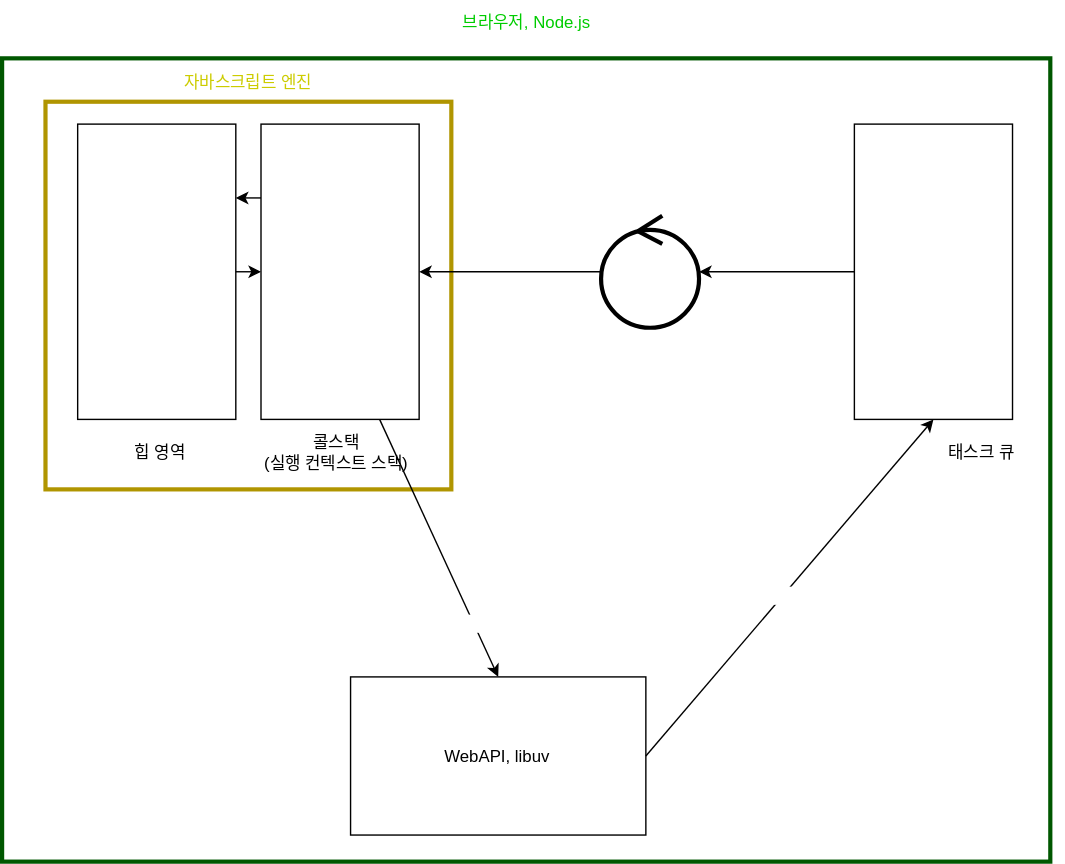
The draw.io diagram JavaScript/브라우저, nodejs 환경/index.drawio.svg in daniel-juyeon-kim/archive, before a commit. Source tidied: cells renumbered, new cells last; positions are measured from the earlier drawing's top-left corner, leaving out a move shared by most shapes. Source of this version:
```xml
<mxGraphModel>
  <root>
    <mxCell id="0" />
    <mxCell id="1" parent="0" />
    <mxCell id="2" style="rounded=0;whiteSpace=wrap;html=1;fillColor=none;fontColor=#ffffff;strokeColor=#005700;strokeWidth=3;" parent="1" vertex="1">
      <mxGeometry y="40" width="749" height="574" as="geometry" />
    </mxCell>
    <mxCell id="3" style="rounded=0;whiteSpace=wrap;html=1;fillColor=none;fontColor=#000000;strokeColor=#B09500;strokeWidth=3;" parent="1" vertex="1">
      <mxGeometry x="31" y="71" width="290" height="277" as="geometry" />
    </mxCell>
    <mxCell id="4" style="edgeStyle=none;html=1;exitX=1;exitY=0.5;exitDx=0;exitDy=0;entryX=0;entryY=0.5;entryDx=0;entryDy=0;" parent="1" edge="1" source="5" target="9">
      <mxGeometry relative="1" as="geometry" />
    </mxCell>
    <mxCell id="5" style="rounded=0;whiteSpace=wrap;html=1;fillColor=none;" parent="1" vertex="1">
      <mxGeometry x="54" y="87" width="113" height="211" as="geometry" />
    </mxCell>
    <mxCell id="6" style="edgeStyle=none;html=1;exitX=0;exitY=0.25;exitDx=0;exitDy=0;entryX=1;entryY=0.25;entryDx=0;entryDy=0;" parent="1" edge="1" source="9" target="5">
      <mxGeometry relative="1" as="geometry" />
    </mxCell>
    <mxCell id="7" style="edgeStyle=none;html=1;exitX=0.75;exitY=1;exitDx=0;exitDy=0;entryX=0;entryY=0.5;entryDx=0;entryDy=0;fontColor=#FFFFFF;" parent="1" edge="1" source="9" target="19">
      <mxGeometry relative="1" as="geometry" />
    </mxCell>
    <mxCell id="8" value="비동기 함수 처리를 위임" style="edgeLabel;html=1;align=center;verticalAlign=middle;fontColor=#FFFFFF;" parent="7" vertex="1">
      <mxGeometry x="0.38" y="-2" relative="1" as="geometry">
        <mxPoint x="17" y="18" as="offset" />
      </mxGeometry>
    </mxCell>
    <mxCell id="9" style="rounded=0;whiteSpace=wrap;html=1;fillColor=none;" parent="1" vertex="1">
      <mxGeometry x="185" y="87" width="113" height="211" as="geometry" />
    </mxCell>
    <mxCell id="10" value="콜스택&lt;br&gt;(실행 컨텍스트 스택)" style="text;html=1;strokeColor=none;fillColor=none;align=center;verticalAlign=middle;whiteSpace=wrap;rounded=0;" parent="1" vertex="1">
      <mxGeometry x="180" y="307" width="118" height="30" as="geometry" />
    </mxCell>
    <mxCell id="11" value="힙 영역" style="text;html=1;strokeColor=none;fillColor=none;align=center;verticalAlign=middle;whiteSpace=wrap;rounded=0;" parent="1" vertex="1">
      <mxGeometry x="54" y="307" width="118" height="30" as="geometry" />
    </mxCell>
    <mxCell id="12" value="자바스크립트 엔진" style="text;html=1;strokeColor=none;fillColor=none;align=center;verticalAlign=middle;whiteSpace=wrap;rounded=0;fontColor=#CCCC00;" parent="1" vertex="1">
      <mxGeometry x="112" y="43" width="128" height="30" as="geometry" />
    </mxCell>
    <mxCell id="13" value="브라우저, Node.js" style="text;html=1;strokeColor=none;fillColor=none;align=center;verticalAlign=middle;whiteSpace=wrap;rounded=0;strokeWidth=3;fontColor=#00CC00;" parent="1" vertex="1">
      <mxGeometry x="311.5" width="126" height="30" as="geometry" />
    </mxCell>
    <mxCell id="14" style="edgeStyle=none;html=1;exitX=0;exitY=0.5;exitDx=0;exitDy=0;fontColor=#FFFFFF;" parent="1" edge="1" source="16" target="21">
      <mxGeometry relative="1" as="geometry" />
    </mxCell>
    <mxCell id="15" value="이벤트 루프는 콜스택이 비어있는지 주기적으로 확인&lt;br&gt;&amp;nbsp;비어있으면 태스크 큐의 요소를 콜스택으로 이동" style="edgeLabel;html=1;align=center;verticalAlign=middle;fontColor=#FFFFFF;" parent="14" vertex="1">
      <mxGeometry x="-0.07" y="1" relative="1" as="geometry">
        <mxPoint x="-99" y="68" as="offset" />
      </mxGeometry>
    </mxCell>
    <mxCell id="16" style="rounded=0;whiteSpace=wrap;html=1;fillColor=none;" parent="1" vertex="1">
      <mxGeometry x="609" y="87" width="113" height="211" as="geometry" />
    </mxCell>
    <mxCell id="17" value="태스크 큐" style="text;html=1;strokeColor=none;fillColor=none;align=center;verticalAlign=middle;whiteSpace=wrap;rounded=0;" parent="1" vertex="1">
      <mxGeometry x="641" y="307" width="118" height="30" as="geometry" />
    </mxCell>
    <mxCell id="18" value="비동기 함수 처리 완료, 콜백을 태스크 큐로 넘김" style="edgeStyle=none;html=1;exitX=0.5;exitY=0;exitDx=0;exitDy=0;entryX=0.5;entryY=1;entryDx=0;entryDy=0;fontColor=#FFFFFF;" parent="1" edge="1" source="19" target="16">
      <mxGeometry x="-0.03" y="-4" relative="1" as="geometry" />
    </mxCell>
    <mxCell id="19" style="rounded=0;whiteSpace=wrap;html=1;fillColor=none;direction=south;" parent="1" vertex="1">
      <mxGeometry x="249" y="482" width="211" height="113" as="geometry" />
    </mxCell>
    <mxCell id="20" value="WebAPI, libuv" style="text;html=1;strokeColor=none;fillColor=none;align=center;verticalAlign=middle;whiteSpace=wrap;rounded=0;" parent="1" vertex="1">
      <mxGeometry x="294.5" y="523.5" width="118" height="30" as="geometry" />
    </mxCell>
    <mxCell id="21" value="&lt;font color=&quot;#ffffff&quot;&gt;이벤트 루프&lt;/font&gt;" style="ellipse;shape=umlControl;whiteSpace=wrap;html=1;strokeWidth=3;fontColor=#00CC00;fillColor=none;" parent="1" vertex="1">
      <mxGeometry x="428" y="152.5" width="70" height="80" as="geometry" />
    </mxCell>
    <mxCell id="22" style="edgeStyle=none;html=1;fontColor=#FFFFFF;" parent="1" edge="1" source="21" target="9">
      <mxGeometry relative="1" as="geometry" />
    </mxCell>
  </root>
</mxGraphModel>
```
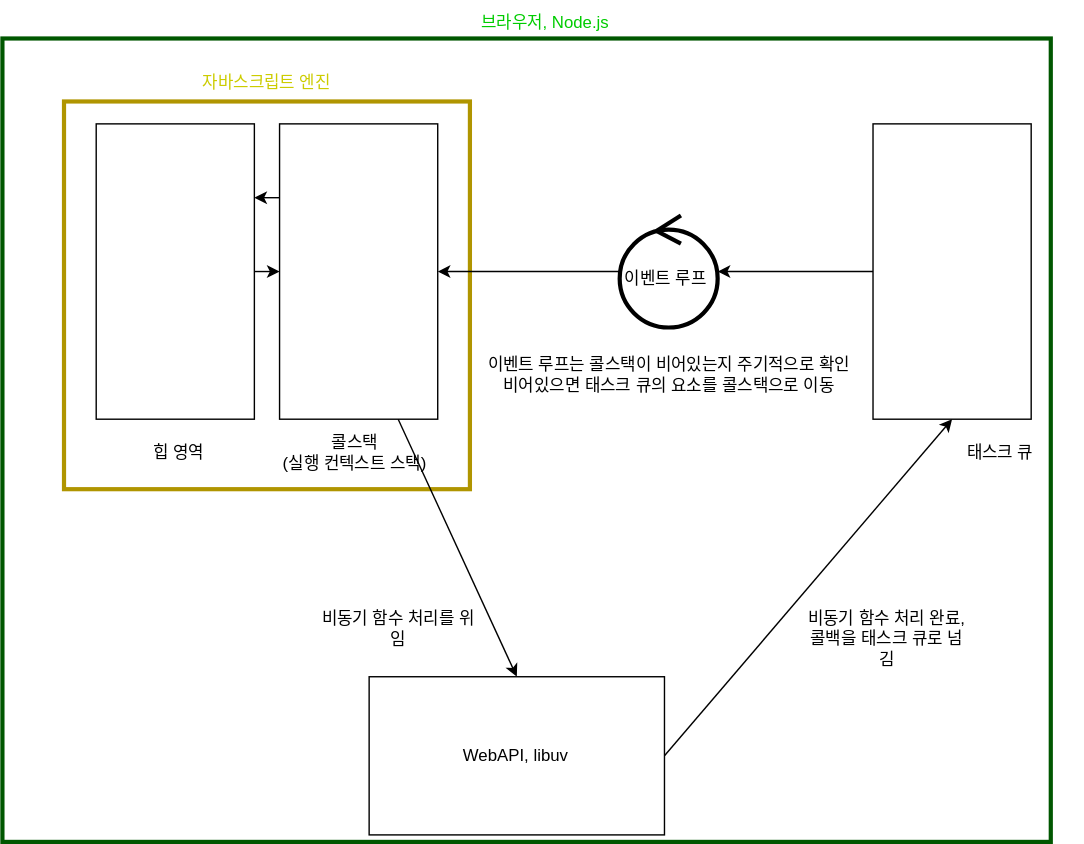
After the commit.

Commit message:
fix: 브라우저, nodejs 환경 drawio 이미지 수정 2

Diff of the diagram source:
```diff
@@ -3,7 +3,7 @@
     <mxCell id="0" />
     <mxCell id="1" parent="0" />
     <mxCell id="2" style="rounded=0;whiteSpace=wrap;html=1;fillColor=none;fontColor=#ffffff;strokeColor=#005700;strokeWidth=3;" parent="1" vertex="1">
-      <mxGeometry y="40" width="749" height="574" as="geometry" />
+      <mxGeometry x="-13" y="26" width="749" height="574" as="geometry" />
     </mxCell>
     <mxCell id="3" style="rounded=0;whiteSpace=wrap;html=1;fillColor=none;fontColor=#000000;strokeColor=#B09500;strokeWidth=3;" parent="1" vertex="1">
       <mxGeometry x="31" y="71" width="290" height="277" as="geometry" />
@@ -20,11 +20,6 @@
     <mxCell id="7" style="edgeStyle=none;html=1;exitX=0.75;exitY=1;exitDx=0;exitDy=0;entryX=0;entryY=0.5;entryDx=0;entryDy=0;fontColor=#FFFFFF;" parent="1" edge="1" source="9" target="19">
       <mxGeometry relative="1" as="geometry" />
     </mxCell>
-    <mxCell id="8" value="비동기 함수 처리를 위임" style="edgeLabel;html=1;align=center;verticalAlign=middle;fontColor=#FFFFFF;" parent="7" vertex="1">
-      <mxGeometry x="0.38" y="-2" relative="1" as="geometry">
-        <mxPoint x="17" y="18" as="offset" />
-      </mxGeometry>
-    </mxCell>
     <mxCell id="9" style="rounded=0;whiteSpace=wrap;html=1;fillColor=none;" parent="1" vertex="1">
       <mxGeometry x="185" y="87" width="113" height="211" as="geometry" />
     </mxCell>
@@ -43,19 +38,14 @@
     <mxCell id="14" style="edgeStyle=none;html=1;exitX=0;exitY=0.5;exitDx=0;exitDy=0;fontColor=#FFFFFF;" parent="1" edge="1" source="16" target="21">
       <mxGeometry relative="1" as="geometry" />
     </mxCell>
-    <mxCell id="15" value="이벤트 루프는 콜스택이 비어있는지 주기적으로 확인&lt;br&gt;&amp;nbsp;비어있으면 태스크 큐의 요소를 콜스택으로 이동" style="edgeLabel;html=1;align=center;verticalAlign=middle;fontColor=#FFFFFF;" parent="14" vertex="1">
-      <mxGeometry x="-0.07" y="1" relative="1" as="geometry">
-        <mxPoint x="-99" y="68" as="offset" />
-      </mxGeometry>
-    </mxCell>
     <mxCell id="16" style="rounded=0;whiteSpace=wrap;html=1;fillColor=none;" parent="1" vertex="1">
       <mxGeometry x="609" y="87" width="113" height="211" as="geometry" />
     </mxCell>
     <mxCell id="17" value="태스크 큐" style="text;html=1;strokeColor=none;fillColor=none;align=center;verticalAlign=middle;whiteSpace=wrap;rounded=0;" parent="1" vertex="1">
       <mxGeometry x="641" y="307" width="118" height="30" as="geometry" />
     </mxCell>
-    <mxCell id="18" value="비동기 함수 처리 완료, 콜백을 태스크 큐로 넘김" style="edgeStyle=none;html=1;exitX=0.5;exitY=0;exitDx=0;exitDy=0;entryX=0.5;entryY=1;entryDx=0;entryDy=0;fontColor=#FFFFFF;" parent="1" edge="1" source="19" target="16">
-      <mxGeometry x="-0.03" y="-4" relative="1" as="geometry" />
+    <mxCell id="18" style="edgeStyle=none;html=1;exitX=0.5;exitY=0;exitDx=0;exitDy=0;entryX=0.5;entryY=1;entryDx=0;entryDy=0;fontColor=#FFFFFF;labelBackgroundColor=none;" parent="1" edge="1" source="19" target="16">
+      <mxGeometry x="0.11" y="-23" relative="1" as="geometry" />
     </mxCell>
     <mxCell id="19" style="rounded=0;whiteSpace=wrap;html=1;fillColor=none;direction=south;" parent="1" vertex="1">
       <mxGeometry x="249" y="482" width="211" height="113" as="geometry" />
@@ -63,11 +53,23 @@
     <mxCell id="20" value="WebAPI, libuv" style="text;html=1;strokeColor=none;fillColor=none;align=center;verticalAlign=middle;whiteSpace=wrap;rounded=0;" parent="1" vertex="1">
       <mxGeometry x="294.5" y="523.5" width="118" height="30" as="geometry" />
     </mxCell>
-    <mxCell id="21" value="&lt;font color=&quot;#ffffff&quot;&gt;이벤트 루프&lt;/font&gt;" style="ellipse;shape=umlControl;whiteSpace=wrap;html=1;strokeWidth=3;fontColor=#00CC00;fillColor=none;" parent="1" vertex="1">
+    <mxCell id="21" style="ellipse;shape=umlControl;whiteSpace=wrap;html=1;strokeWidth=3;fontColor=#00CC00;fillColor=none;" parent="1" vertex="1">
       <mxGeometry x="428" y="152.5" width="70" height="80" as="geometry" />
     </mxCell>
     <mxCell id="22" style="edgeStyle=none;html=1;fontColor=#FFFFFF;" parent="1" edge="1" source="21" target="9">
       <mxGeometry relative="1" as="geometry" />
     </mxCell>
+    <mxCell id="8" value="비동기 함수 처리를 위임" style="text;html=1;strokeColor=none;fillColor=none;align=center;verticalAlign=middle;whiteSpace=wrap;rounded=0;" parent="1" vertex="1">
+      <mxGeometry x="211" y="433" width="118" height="30" as="geometry" />
+    </mxCell>
+    <mxCell id="23" value="비동기 함수 처리 완료,&lt;br&gt;콜백을 태스크 큐로 넘김" style="text;html=1;strokeColor=none;fillColor=none;align=center;verticalAlign=middle;whiteSpace=wrap;rounded=0;" parent="1" vertex="1">
+      <mxGeometry x="560" y="440" width="118" height="30" as="geometry" />
+    </mxCell>
+    <mxCell id="24" value="이벤트 루프" style="text;html=1;strokeColor=none;fillColor=none;align=center;verticalAlign=middle;whiteSpace=wrap;rounded=0;" parent="1" vertex="1">
+      <mxGeometry x="402" y="183" width="118" height="30" as="geometry" />
+    </mxCell>
+    <mxCell id="15" value="이벤트 루프는 콜스택이 비어있는지 주기적으로 확인&lt;br&gt;비어있으면 태스크 큐의 요소를 콜스택으로 이동" style="text;html=1;strokeColor=none;fillColor=none;align=center;verticalAlign=middle;whiteSpace=wrap;rounded=0;" parent="1" vertex="1">
+      <mxGeometry x="326.5" y="251" width="273" height="30" as="geometry" />
+    </mxCell>
   </root>
 </mxGraphModel>
```
